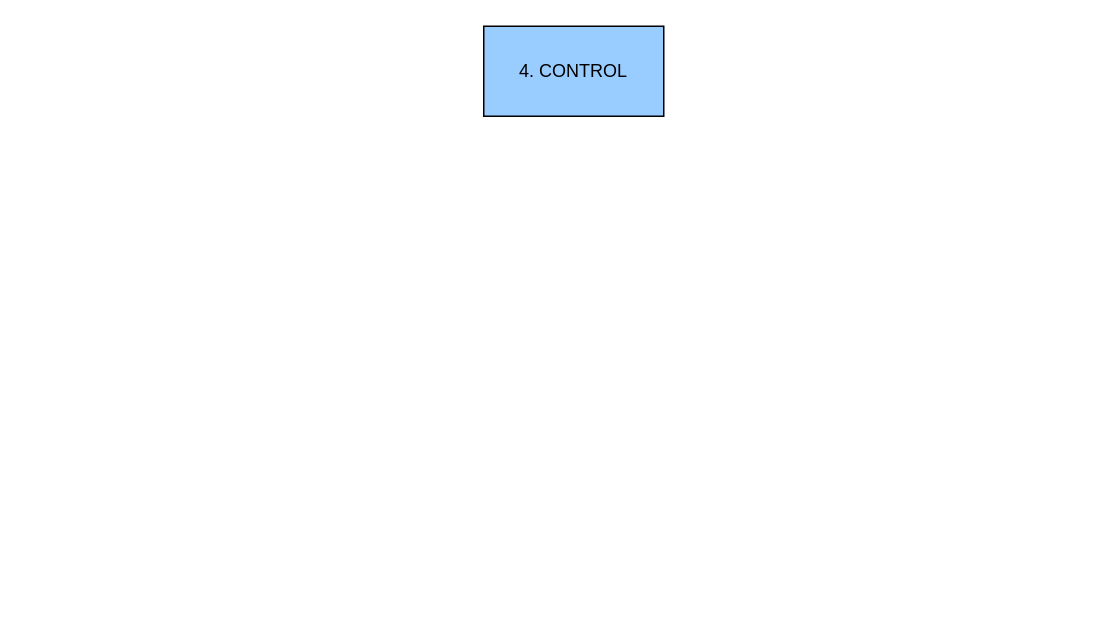
The draw.io diagram page "Page-4" (4 of 4) of diagrams/blockdiagramdesign.drawio in BowieJames/FollowMe, before the edit. Source tidied: cells renumbered, new cells numbered last; positions are measured from the earlier drawing's top-left corner, leaving out a move shared by most shapes. Both pictures are drawn from the tidied source at 150%, with x=0, y=0 at pixel (483, 26).
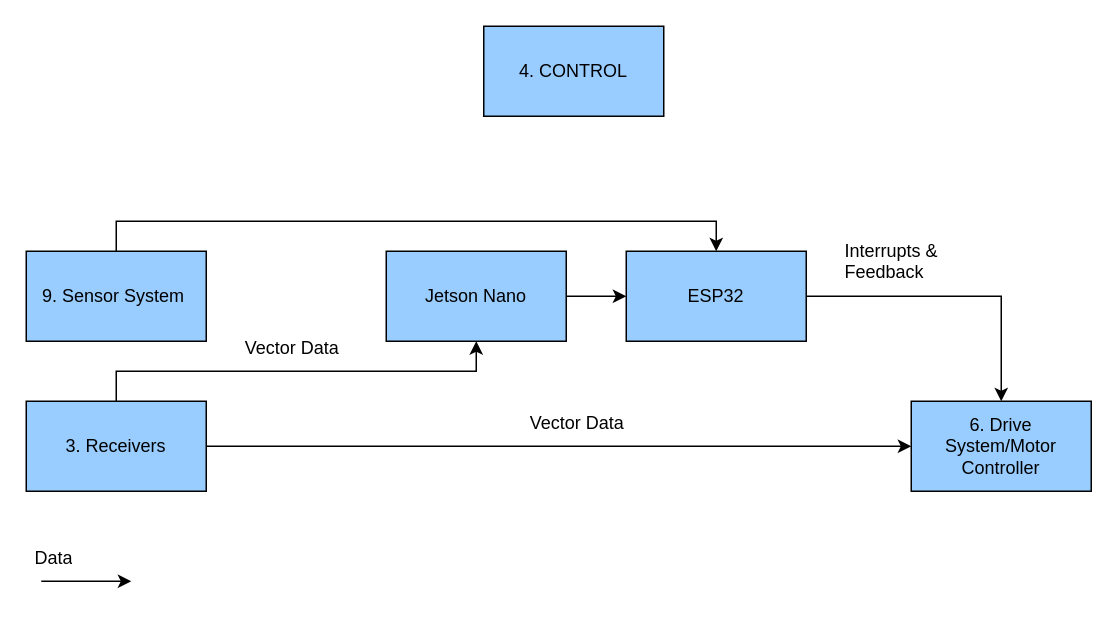
Above is the later version.

What changed in the source:
```diff
@@
+    <mxCell id="3" style="edgeStyle=orthogonalEdgeStyle;rounded=0;jettySize=auto;html=1;entryX=0.5;entryY=0;entryDx=0;entryDy=0;" parent="1" edge="1" source="4" target="9">
+      <mxGeometry relative="1" as="geometry">
+        <Array as="points">
+          <mxPoint x="-245" y="130" />
+          <mxPoint x="155" y="130" />
+        </Array>
+      </mxGeometry>
+    </mxCell>
+    <mxCell id="4" value="9. Sensor System&amp;nbsp;" style="rounded=0;whiteSpace=wrap;html=1;fillColor=#99CCFF;" parent="1" vertex="1">
+      <mxGeometry x="-305" y="150" width="120" height="60" as="geometry" />
+    </mxCell>
+    <mxCell id="5" style="edgeStyle=orthogonalEdgeStyle;rounded=0;jettySize=auto;html=1;entryX=0;entryY=0.5;entryDx=0;entryDy=0;" parent="1" edge="1" source="7" target="12">
+      <mxGeometry relative="1" as="geometry" />
+    </mxCell>
+    <mxCell id="6" style="edgeStyle=orthogonalEdgeStyle;rounded=0;jettySize=auto;html=1;" parent="1" edge="1" source="7" target="11">
+      <mxGeometry relative="1" as="geometry">
+        <Array as="points">
+          <mxPoint x="-245" y="230" />
+          <mxPoint x="-5" y="230" />
+        </Array>
+      </mxGeometry>
+    </mxCell>
+    <mxCell id="7" value="3. Receivers" style="rounded=0;whiteSpace=wrap;html=1;fillColor=#99CCFF;" parent="1" vertex="1">
+      <mxGeometry x="-305" y="250" width="120" height="60" as="geometry" />
+    </mxCell>
+    <mxCell id="8" style="edgeStyle=orthogonalEdgeStyle;rounded=0;jettySize=auto;html=1;" parent="1" edge="1" source="9" target="12">
+      <mxGeometry relative="1" as="geometry" />
+    </mxCell>
+    <mxCell id="9" value="ESP32" style="rounded=0;whiteSpace=wrap;html=1;fillColor=#99CCFF;" parent="1" vertex="1">
+      <mxGeometry x="95" y="150" width="120" height="60" as="geometry" />
+    </mxCell>
+    <mxCell id="10" style="edgeStyle=orthogonalEdgeStyle;rounded=0;jettySize=auto;html=1;" parent="1" edge="1" source="11" target="9">
+      <mxGeometry relative="1" as="geometry" />
+    </mxCell>
+    <mxCell id="11" value="Jetson Nano" style="rounded=0;whiteSpace=wrap;html=1;fillColor=#99CCFF;" parent="1" vertex="1">
+      <mxGeometry x="-65" y="150" width="120" height="60" as="geometry" />
+    </mxCell>
+    <mxCell id="12" value="6. Drive System/Motor Controller" style="rounded=0;whiteSpace=wrap;html=1;fillColor=#99CCFF;" parent="1" vertex="1">
+      <mxGeometry x="285" y="250" width="120" height="60" as="geometry" />
+    </mxCell>
+    <mxCell id="13" value="Vector Data" style="text;html=1;align=center;verticalAlign=middle;whiteSpace=wrap;rounded=0;" parent="1" vertex="1">
+      <mxGeometry x="30" y="250" width="65" height="30" as="geometry" />
+    </mxCell>
+    <mxCell id="14" value="Vector Data" style="text;html=1;align=center;verticalAlign=middle;whiteSpace=wrap;rounded=0;" parent="1" vertex="1">
+      <mxGeometry x="-165" y="200" width="75" height="30" as="geometry" />
+    </mxCell>
+    <mxCell id="15" value="Data" style="text;strokeColor=none;fillColor=none;align=left;verticalAlign=middle;spacingLeft=4;spacingRight=4;overflow=hidden;whiteSpace=wrap;html=1;" parent="1" vertex="1">
+      <mxGeometry x="-305" y="340" width="80" height="30" as="geometry" />
+    </mxCell>
+    <mxCell id="16" style="endArrow=classic;html=1;rounded=0;" parent="1" edge="1">
+      <mxGeometry relative="1" as="geometry">
+        <mxPoint x="-295" y="370" as="sourcePoint" />
+        <mxPoint x="-235" y="370" as="targetPoint" />
+      </mxGeometry>
+    </mxCell>
+    <mxCell id="17" value="Interrupts &amp;amp; Feedback" style="text;strokeColor=none;fillColor=none;align=left;verticalAlign=middle;spacingLeft=4;spacingRight=4;overflow=hidden;whiteSpace=wrap;html=1;" parent="1" vertex="1">
+      <mxGeometry x="235" y="140" width="80" height="30" as="geometry" />
+    </mxCell>
```
